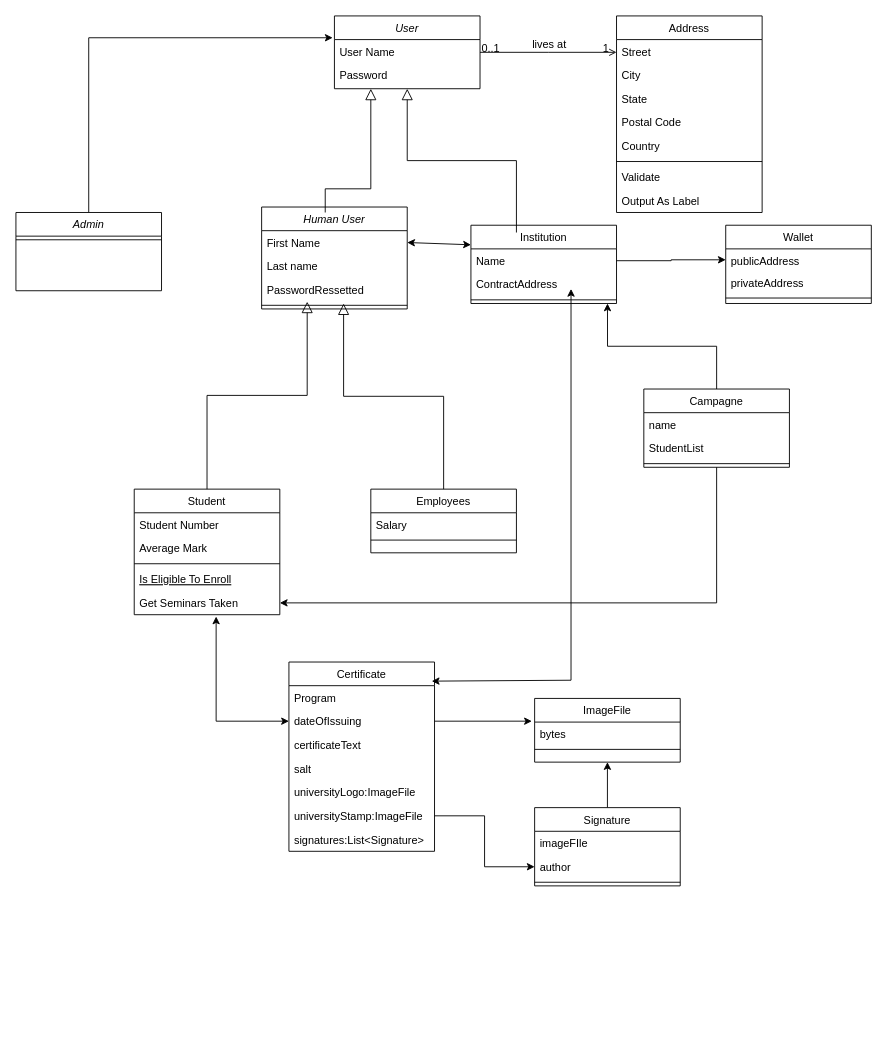
The draw.io diagram diagram.drawio in momolakeit/certChain, before the edit. Source tidied: cells renumbered, new cells numbered last; positions are measured from the earlier drawing's top-left corner, leaving out a move shared by most shapes. Both pictures are drawn from the tidied source at 91%, with x=0, y=0 at pixel (15, 15).
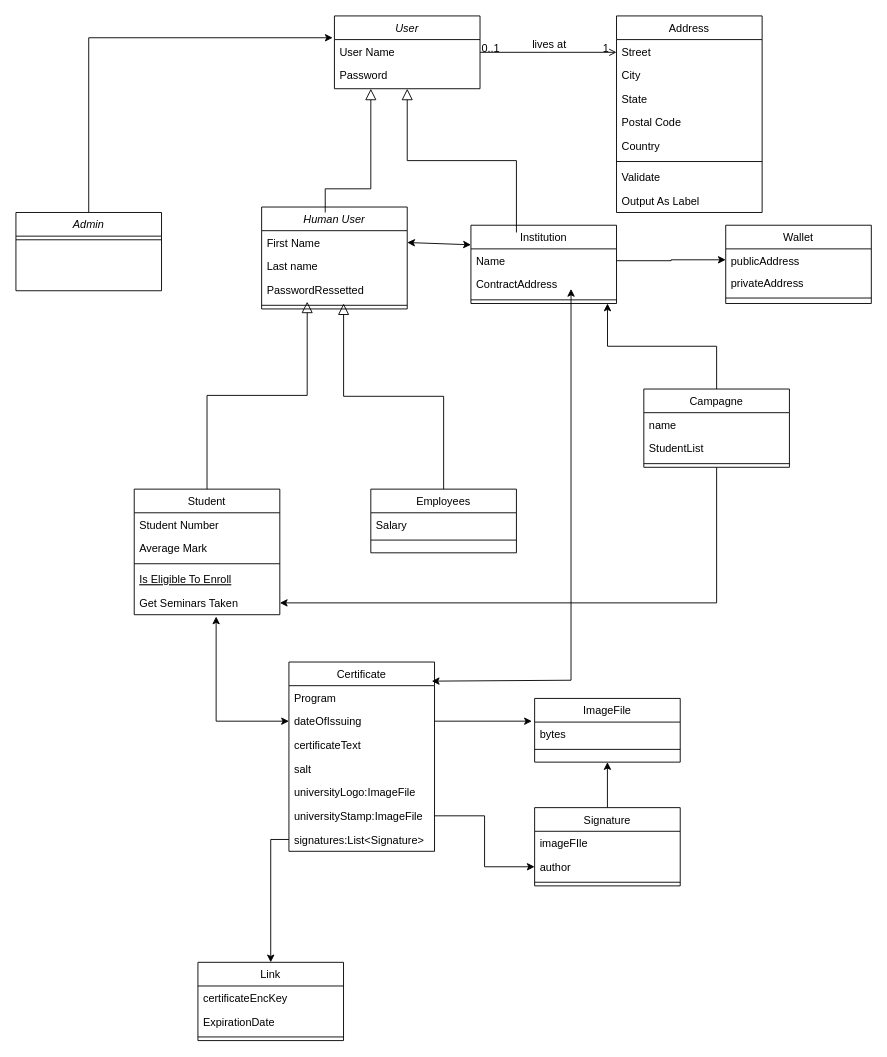
The same diagram, later.

The change refers to these unchanged cells:
```xml
<mxCell id="41" value="Certificate" style="swimlane;fontStyle=0;align=center;verticalAlign=top;horizontal=1;startSize=26;rounded=0;shadow=0;strokeWidth=1;" parent="1" vertex="1">
  <mxGeometry x="300" y="710" width="160" height="208" as="geometry" />
</mxCell>
```

Diff of the diagram source:
```diff
@@
-    <mxCell id="48" value="signatures:List&lt;Signature&gt;" style="text;align=left;verticalAlign=top;spacingLeft=4;spacingRight=4;overflow=hidden;points=[[0,0.5],[1,0.5]];portConstraint=eastwest;rounded=0;shadow=0;html=0;" parent="41" vertex="1">
-      <mxGeometry y="182" width="160" height="26" as="geometry" />
-    </mxCell>
@@
+    <mxCell id="75" value="Link&#10;" style="swimlane;fontStyle=0;align=center;verticalAlign=top;horizontal=1;startSize=26;rounded=0;shadow=0;strokeWidth=1;" parent="1" vertex="1">
+      <mxGeometry x="200" y="1040" width="160" height="86" as="geometry" />
+    </mxCell>
+    <mxCell id="76" value="certificateEncKey" style="text;align=left;verticalAlign=top;spacingLeft=4;spacingRight=4;overflow=hidden;" parent="75" vertex="1">
+      <mxGeometry y="26" width="160" height="26" as="geometry" />
+    </mxCell>
+    <mxCell id="77" value="ExpirationDate&#10;" style="text;align=left;verticalAlign=top;spacingLeft=4;spacingRight=4;overflow=hidden;" parent="75" vertex="1">
+      <mxGeometry y="52" width="160" height="26" as="geometry" />
+    </mxCell>
+    <mxCell id="78" style="line;html=1;strokeWidth=1;align=left;verticalAlign=middle;spacingTop=-1;spacingLeft=3;spacingRight=3;labelPosition=right;" parent="75" vertex="1">
+      <mxGeometry y="78" width="160" height="8" as="geometry" />
+    </mxCell>
+    <mxCell id="79" style="edgeStyle=orthogonalEdgeStyle;rounded=0;jettySize=auto;html=1;entryX=0.5;entryY=0;entryDx=0;entryDy=0;" parent="1" edge="1" source="48" target="75">
+      <mxGeometry relative="1" as="geometry" />
+    </mxCell>
+    <mxCell id="48" value="signatures:List&lt;Signature&gt;" style="text;align=left;verticalAlign=top;spacingLeft=4;spacingRight=4;overflow=hidden;points=[[0,0.5],[1,0.5]];portConstraint=eastwest;rounded=0;shadow=0;html=0;" parent="1" vertex="1">
+      <mxGeometry x="300" y="892" width="160" height="26" as="geometry" />
+    </mxCell>
```
